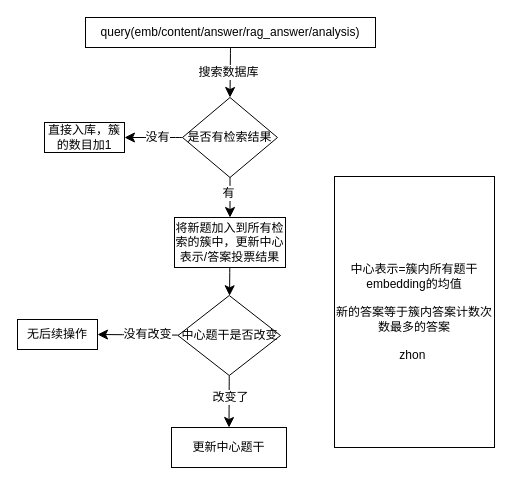
Above: pics/add_data.drawio in QinHsiu/plot_demo (draw.io), before the change. Source tidied: cells renumbered, new cells numbered last; positions are measured from the earlier drawing's top-left corner, leaving out a move shared by most shapes. Both pictures are drawn from the tidied source at 100%, with x=0, y=0 at pixel (17, 17).
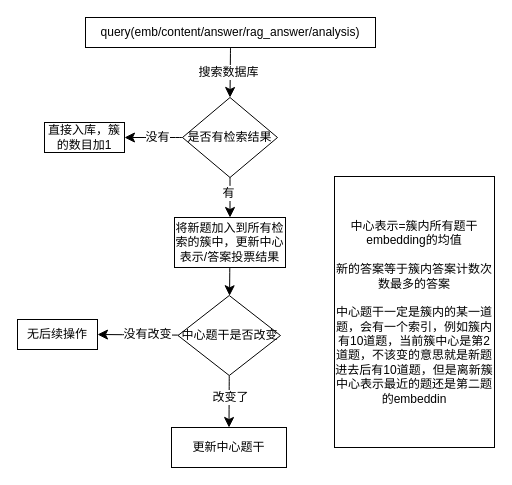
Above is the later version.

What changed in the source:
```diff
@@
-    <mxCell id="21" value="中心表示=簇内所有题干embedding的均值&lt;div&gt;&lt;br&gt;&lt;div&gt;新的答案等于簇内答案计数次数最多的答案&lt;/div&gt;&lt;/div&gt;&lt;div&gt;&lt;br&gt;&lt;/div&gt;&lt;div&gt;zhon&amp;nbsp;&lt;/div&gt;" style="rounded=0;whiteSpace=wrap;html=1;" parent="1" vertex="1">
+    <mxCell id="21" value="中心表示=簇内所有题干embedding的均值&lt;div&gt;&lt;br&gt;&lt;div&gt;新的答案等于簇内答案计数次数最多的答案&lt;/div&gt;&lt;/div&gt;&lt;div&gt;&lt;br&gt;&lt;/div&gt;&lt;div&gt;中心题干一定是簇内的某一道题，会有一个索引，例如簇内有10道题，当前簇中心是第2道题，不该变的意思就是新题进去后有10道题，但是离新簇中心表示最近的题还是第二题的embeddin&lt;/div&gt;" style="rounded=0;whiteSpace=wrap;html=1;" parent="1" vertex="1">
       <mxGeometry x="317" y="159" width="160" height="271" as="geometry" />
     </mxCell>
```
